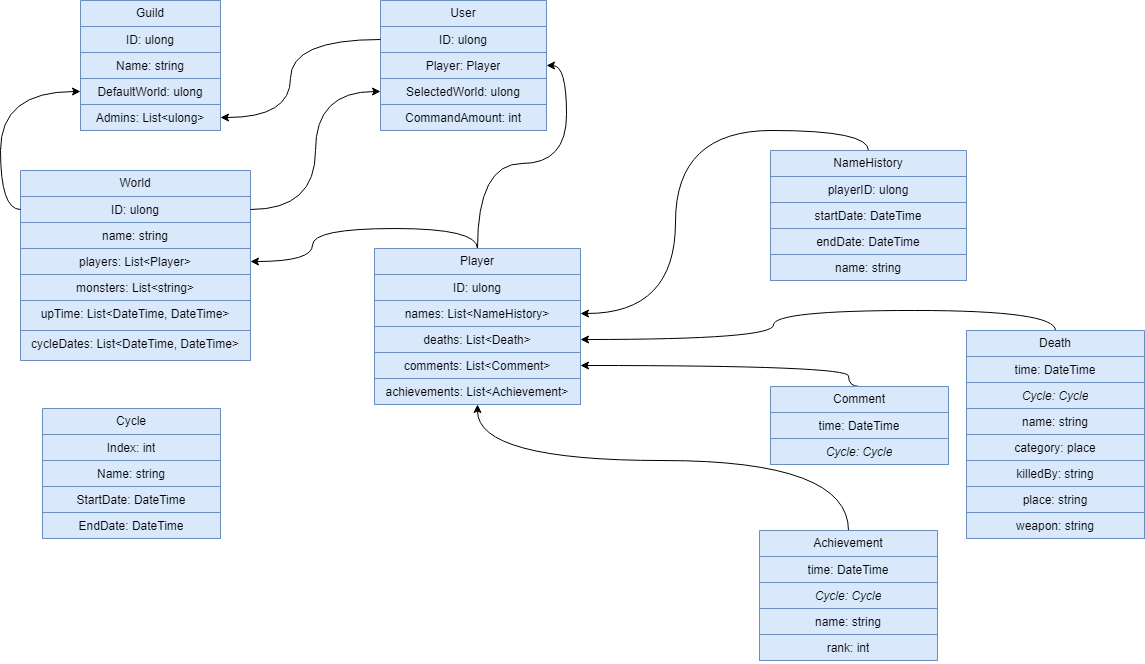
Earlier version of the draw.io export Stats Bot UML.drawio.png (Endferoma/Draw.IO). Source tidied: cells renumbered, new cells last; positions are measured from the earlier drawing's top-left corner, leaving out a move shared by most shapes.
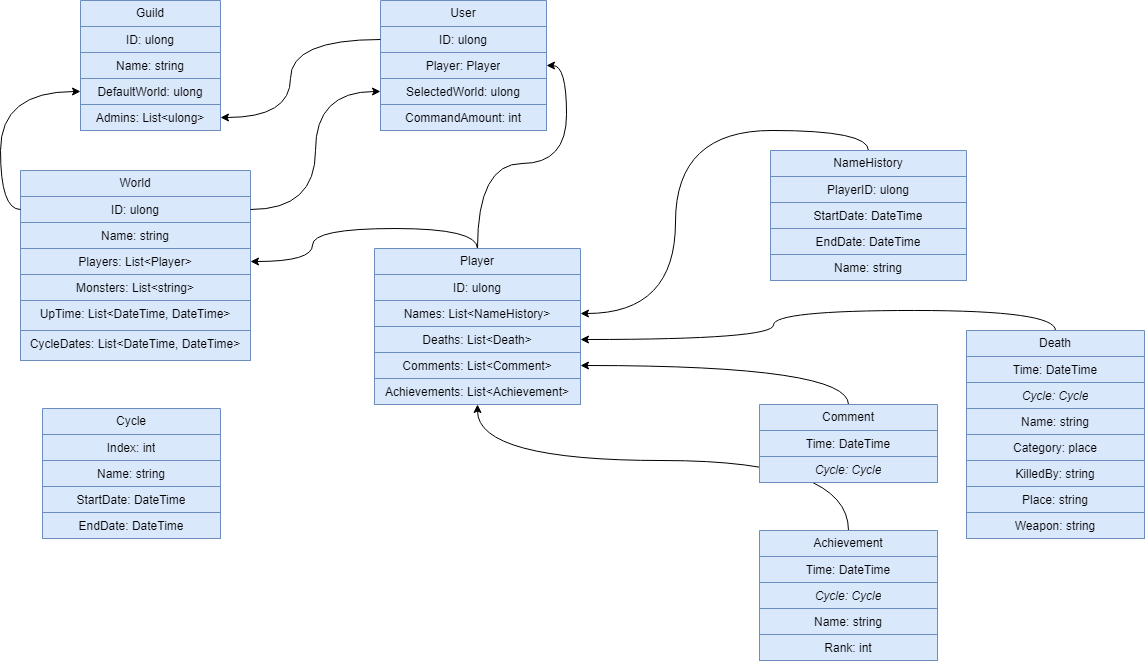
Above is the later version.

The edit, as a diff of the source:
```diff
@@ -38,16 +38,16 @@
     <mxCell id="13" value="NameHistory" style="swimlane;fontStyle=0;horizontal=1;startSize=26;fillColor=#dae8fc;whiteSpace=wrap;html=1;align=center;strokeColor=#6c8ebf;" parent="1" vertex="1">
       <mxGeometry x="750" y="150" width="196" height="130" as="geometry" />
     </mxCell>
-    <mxCell id="14" value="playerID: ulong" style="text;strokeColor=#6c8ebf;fillColor=#dae8fc;align=center;verticalAlign=top;spacingLeft=4;spacingRight=4;overflow=hidden;whiteSpace=wrap;html=1;" parent="13" vertex="1">
+    <mxCell id="14" value="PlayerID: ulong" style="text;strokeColor=#6c8ebf;fillColor=#dae8fc;align=center;verticalAlign=top;spacingLeft=4;spacingRight=4;overflow=hidden;whiteSpace=wrap;html=1;" parent="13" vertex="1">
       <mxGeometry y="26" width="196" height="26" as="geometry" />
     </mxCell>
-    <mxCell id="15" value="startDate: DateTime" style="text;strokeColor=#6c8ebf;fillColor=#dae8fc;align=center;verticalAlign=top;spacingLeft=4;spacingRight=4;overflow=hidden;whiteSpace=wrap;html=1;" parent="13" vertex="1">
+    <mxCell id="15" value="StartDate: DateTime" style="text;strokeColor=#6c8ebf;fillColor=#dae8fc;align=center;verticalAlign=top;spacingLeft=4;spacingRight=4;overflow=hidden;whiteSpace=wrap;html=1;" parent="13" vertex="1">
       <mxGeometry y="52" width="196" height="26" as="geometry" />
     </mxCell>
-    <mxCell id="16" value="endDate: DateTime" style="text;strokeColor=#6c8ebf;fillColor=#dae8fc;align=center;verticalAlign=top;spacingLeft=4;spacingRight=4;overflow=hidden;whiteSpace=wrap;html=1;" parent="13" vertex="1">
+    <mxCell id="16" value="EndDate: DateTime" style="text;strokeColor=#6c8ebf;fillColor=#dae8fc;align=center;verticalAlign=top;spacingLeft=4;spacingRight=4;overflow=hidden;whiteSpace=wrap;html=1;" parent="13" vertex="1">
       <mxGeometry y="78" width="196" height="26" as="geometry" />
     </mxCell>
-    <mxCell id="17" value="name: string" style="text;strokeColor=#6c8ebf;fillColor=#dae8fc;align=center;verticalAlign=top;spacingLeft=4;spacingRight=4;overflow=hidden;whiteSpace=wrap;html=1;" parent="13" vertex="1">
+    <mxCell id="17" value="Name: string" style="text;strokeColor=#6c8ebf;fillColor=#dae8fc;align=center;verticalAlign=top;spacingLeft=4;spacingRight=4;overflow=hidden;whiteSpace=wrap;html=1;" parent="13" vertex="1">
       <mxGeometry y="104" width="196" height="26" as="geometry" />
     </mxCell>
     <mxCell id="18" value="World" style="swimlane;fontStyle=0;horizontal=1;startSize=26;fillColor=#dae8fc;whiteSpace=wrap;html=1;align=center;strokeColor=#6c8ebf;" parent="1" vertex="1">
@@ -56,19 +56,19 @@
     <mxCell id="19" value="ID: ulong" style="text;strokeColor=#6c8ebf;fillColor=#dae8fc;align=center;verticalAlign=top;spacingLeft=4;spacingRight=4;overflow=hidden;points=[[0,0.5],[1,0.5]];portConstraint=eastwest;whiteSpace=wrap;html=1;" parent="18" vertex="1">
       <mxGeometry y="26" width="230" height="26" as="geometry" />
     </mxCell>
-    <mxCell id="20" value="name: string" style="text;strokeColor=#6c8ebf;fillColor=#dae8fc;align=center;verticalAlign=top;spacingLeft=4;spacingRight=4;overflow=hidden;whiteSpace=wrap;html=1;" parent="18" vertex="1">
+    <mxCell id="20" value="Name: string" style="text;strokeColor=#6c8ebf;fillColor=#dae8fc;align=center;verticalAlign=top;spacingLeft=4;spacingRight=4;overflow=hidden;whiteSpace=wrap;html=1;" parent="18" vertex="1">
       <mxGeometry y="52" width="230" height="26" as="geometry" />
     </mxCell>
-    <mxCell id="21" value="players: List&amp;lt;Player&amp;gt;" style="text;strokeColor=#6c8ebf;fillColor=#dae8fc;align=center;verticalAlign=top;spacingLeft=4;spacingRight=4;overflow=hidden;points=[[0,0.5],[1,0.5]];portConstraint=eastwest;whiteSpace=wrap;html=1;" parent="18" vertex="1">
+    <mxCell id="21" value="Players: List&amp;lt;Player&amp;gt;" style="text;strokeColor=#6c8ebf;fillColor=#dae8fc;align=center;verticalAlign=top;spacingLeft=4;spacingRight=4;overflow=hidden;points=[[0,0.5],[1,0.5]];portConstraint=eastwest;whiteSpace=wrap;html=1;" parent="18" vertex="1">
       <mxGeometry y="78" width="230" height="26" as="geometry" />
     </mxCell>
-    <mxCell id="22" value="monsters: List&amp;lt;string&amp;gt;" style="text;strokeColor=#6c8ebf;fillColor=#dae8fc;align=center;verticalAlign=top;spacingLeft=4;spacingRight=4;overflow=hidden;whiteSpace=wrap;html=1;" parent="18" vertex="1">
+    <mxCell id="22" value="Monsters: List&amp;lt;string&amp;gt;" style="text;strokeColor=#6c8ebf;fillColor=#dae8fc;align=center;verticalAlign=top;spacingLeft=4;spacingRight=4;overflow=hidden;whiteSpace=wrap;html=1;" parent="18" vertex="1">
       <mxGeometry y="104" width="230" height="26" as="geometry" />
     </mxCell>
-    <mxCell id="23" value="upTime: List&amp;lt;DateTime, DateTime&amp;gt;" style="text;strokeColor=#6c8ebf;fillColor=#dae8fc;align=center;verticalAlign=top;spacingLeft=4;spacingRight=4;overflow=hidden;whiteSpace=wrap;html=1;" parent="18" vertex="1">
+    <mxCell id="23" value="UpTime: List&amp;lt;DateTime, DateTime&amp;gt;" style="text;strokeColor=#6c8ebf;fillColor=#dae8fc;align=center;verticalAlign=top;spacingLeft=4;spacingRight=4;overflow=hidden;whiteSpace=wrap;html=1;" parent="18" vertex="1">
       <mxGeometry y="130" width="230" height="30" as="geometry" />
     </mxCell>
-    <mxCell id="24" value="cycleDates: List&amp;lt;DateTime, DateTime&amp;gt;" style="text;strokeColor=#6c8ebf;fillColor=#dae8fc;align=center;verticalAlign=top;spacingLeft=4;spacingRight=4;overflow=hidden;whiteSpace=wrap;html=1;" parent="18" vertex="1">
+    <mxCell id="24" value="CycleDates: List&amp;lt;DateTime, DateTime&amp;gt;" style="text;strokeColor=#6c8ebf;fillColor=#dae8fc;align=center;verticalAlign=top;spacingLeft=4;spacingRight=4;overflow=hidden;whiteSpace=wrap;html=1;" parent="18" vertex="1">
       <mxGeometry y="160" width="230" height="30" as="geometry" />
     </mxCell>
     <mxCell id="25" style="edgeStyle=orthogonalEdgeStyle;rounded=0;jettySize=auto;html=1;exitX=0.5;exitY=0;exitDx=0;exitDy=0;curved=1;" parent="1" edge="1" source="27" target="21">
@@ -83,16 +83,16 @@
     <mxCell id="28" value="ID: ulong" style="text;strokeColor=#6c8ebf;fillColor=#dae8fc;align=center;verticalAlign=top;spacingLeft=4;spacingRight=4;overflow=hidden;whiteSpace=wrap;html=1;" parent="27" vertex="1">
       <mxGeometry y="26" width="206" height="26" as="geometry" />
     </mxCell>
-    <mxCell id="29" value="names: List&amp;lt;NameHistory&amp;gt;" style="text;strokeColor=#6c8ebf;fillColor=#dae8fc;align=center;verticalAlign=top;spacingLeft=4;spacingRight=4;overflow=hidden;points=[[0,0.5],[1,0.5]];portConstraint=eastwest;whiteSpace=wrap;html=1;" parent="27" vertex="1">
+    <mxCell id="29" value="Names: List&amp;lt;NameHistory&amp;gt;" style="text;strokeColor=#6c8ebf;fillColor=#dae8fc;align=center;verticalAlign=top;spacingLeft=4;spacingRight=4;overflow=hidden;points=[[0,0.5],[1,0.5]];portConstraint=eastwest;whiteSpace=wrap;html=1;" parent="27" vertex="1">
       <mxGeometry y="52" width="206" height="26" as="geometry" />
     </mxCell>
-    <mxCell id="30" value="deaths: List&amp;lt;Death&amp;gt;" style="text;strokeColor=#6c8ebf;fillColor=#dae8fc;align=center;verticalAlign=top;spacingLeft=4;spacingRight=4;overflow=hidden;points=[[0,0.5],[1,0.5]];portConstraint=eastwest;whiteSpace=wrap;html=1;" parent="27" vertex="1">
+    <mxCell id="30" value="Deaths: List&amp;lt;Death&amp;gt;" style="text;strokeColor=#6c8ebf;fillColor=#dae8fc;align=center;verticalAlign=top;spacingLeft=4;spacingRight=4;overflow=hidden;points=[[0,0.5],[1,0.5]];portConstraint=eastwest;whiteSpace=wrap;html=1;" parent="27" vertex="1">
       <mxGeometry y="78" width="206" height="26" as="geometry" />
     </mxCell>
-    <mxCell id="31" value="comments: List&amp;lt;Comment&amp;gt;" style="text;strokeColor=#6c8ebf;fillColor=#dae8fc;align=center;verticalAlign=top;spacingLeft=4;spacingRight=4;overflow=hidden;points=[[0,0.5],[1,0.5]];portConstraint=eastwest;whiteSpace=wrap;html=1;" parent="27" vertex="1">
+    <mxCell id="31" value="Comments: List&amp;lt;Comment&amp;gt;" style="text;strokeColor=#6c8ebf;fillColor=#dae8fc;align=center;verticalAlign=top;spacingLeft=4;spacingRight=4;overflow=hidden;points=[[0,0.5],[1,0.5]];portConstraint=eastwest;whiteSpace=wrap;html=1;" parent="27" vertex="1">
       <mxGeometry y="104" width="206" height="26" as="geometry" />
     </mxCell>
-    <mxCell id="32" value="achievements: List&amp;lt;Achievement&amp;gt;" style="text;strokeColor=#6c8ebf;fillColor=#dae8fc;align=center;verticalAlign=top;spacingLeft=4;spacingRight=4;overflow=hidden;points=[[0,0.5],[1,0.5]];portConstraint=eastwest;whiteSpace=wrap;html=1;" parent="27" vertex="1">
+    <mxCell id="32" value="Achievements: List&amp;lt;Achievement&amp;gt;" style="text;strokeColor=#6c8ebf;fillColor=#dae8fc;align=center;verticalAlign=top;spacingLeft=4;spacingRight=4;overflow=hidden;points=[[0,0.5],[1,0.5]];portConstraint=eastwest;whiteSpace=wrap;html=1;" parent="27" vertex="1">
       <mxGeometry y="130" width="206" height="26" as="geometry" />
     </mxCell>
     <mxCell id="33" style="edgeStyle=orthogonalEdgeStyle;rounded=0;jettySize=auto;html=1;exitX=0;exitY=0.5;exitDx=0;exitDy=0;curved=1;" parent="1" edge="1" source="8" target="6">
@@ -135,16 +135,16 @@
     <mxCell id="42" value="Achievement" style="swimlane;fontStyle=0;horizontal=1;startSize=26;fillColor=#dae8fc;whiteSpace=wrap;html=1;align=center;strokeColor=#6c8ebf;" parent="1" vertex="1">
       <mxGeometry x="739" y="530" width="178" height="130" as="geometry" />
     </mxCell>
-    <mxCell id="43" value="time: DateTime" style="text;strokeColor=#6c8ebf;fillColor=#dae8fc;align=center;verticalAlign=top;spacingLeft=4;spacingRight=4;overflow=hidden;whiteSpace=wrap;html=1;" parent="42" vertex="1">
+    <mxCell id="43" value="Time: DateTime" style="text;strokeColor=#6c8ebf;fillColor=#dae8fc;align=center;verticalAlign=top;spacingLeft=4;spacingRight=4;overflow=hidden;whiteSpace=wrap;html=1;" parent="42" vertex="1">
       <mxGeometry y="26" width="178" height="26" as="geometry" />
     </mxCell>
     <mxCell id="44" value="Cycle: Cycle" style="text;strokeColor=#6c8ebf;fillColor=#dae8fc;align=center;verticalAlign=top;spacingLeft=4;spacingRight=4;overflow=hidden;whiteSpace=wrap;html=1;fontStyle=2;" parent="42" vertex="1">
       <mxGeometry y="52" width="178" height="26" as="geometry" />
     </mxCell>
-    <mxCell id="45" value="name: string" style="text;strokeColor=#6c8ebf;fillColor=#dae8fc;align=center;verticalAlign=top;spacingLeft=4;spacingRight=4;overflow=hidden;whiteSpace=wrap;html=1;" parent="42" vertex="1">
+    <mxCell id="45" value="Name: string" style="text;strokeColor=#6c8ebf;fillColor=#dae8fc;align=center;verticalAlign=top;spacingLeft=4;spacingRight=4;overflow=hidden;whiteSpace=wrap;html=1;" parent="42" vertex="1">
       <mxGeometry y="78" width="178" height="26" as="geometry" />
     </mxCell>
-    <mxCell id="46" value="rank: int" style="text;strokeColor=#6c8ebf;fillColor=#dae8fc;align=center;verticalAlign=top;spacingLeft=4;spacingRight=4;overflow=hidden;whiteSpace=wrap;html=1;" parent="42" vertex="1">
+    <mxCell id="46" value="Rank: int" style="text;strokeColor=#6c8ebf;fillColor=#dae8fc;align=center;verticalAlign=top;spacingLeft=4;spacingRight=4;overflow=hidden;whiteSpace=wrap;html=1;" parent="42" vertex="1">
       <mxGeometry y="104" width="178" height="26" as="geometry" />
     </mxCell>
     <mxCell id="47" style="edgeStyle=orthogonalEdgeStyle;rounded=0;jettySize=auto;html=1;exitX=0.5;exitY=0;exitDx=0;exitDy=0;curved=1;" parent="1" edge="1" source="48" target="31">
@@ -155,9 +155,9 @@
       </mxGeometry>
     </mxCell>
     <mxCell id="48" value="Comment" style="swimlane;fontStyle=0;horizontal=1;startSize=26;fillColor=#dae8fc;whiteSpace=wrap;html=1;align=center;strokeColor=#6c8ebf;" parent="1" vertex="1">
-      <mxGeometry x="750" y="386" width="178" height="78" as="geometry" />
+      <mxGeometry x="739" y="404" width="178" height="78" as="geometry" />
     </mxCell>
-    <mxCell id="49" value="time: DateTime" style="text;strokeColor=#6c8ebf;fillColor=#dae8fc;align=center;verticalAlign=top;spacingLeft=4;spacingRight=4;overflow=hidden;whiteSpace=wrap;html=1;" parent="48" vertex="1">
+    <mxCell id="49" value="Time: DateTime" style="text;strokeColor=#6c8ebf;fillColor=#dae8fc;align=center;verticalAlign=top;spacingLeft=4;spacingRight=4;overflow=hidden;whiteSpace=wrap;html=1;" parent="48" vertex="1">
       <mxGeometry y="26" width="178" height="26" as="geometry" />
     </mxCell>
     <mxCell id="50" value="Cycle: Cycle" style="text;strokeColor=#6c8ebf;fillColor=#dae8fc;align=center;verticalAlign=top;spacingLeft=4;spacingRight=4;overflow=hidden;whiteSpace=wrap;html=1;fontStyle=2;" parent="48" vertex="1">
@@ -169,25 +169,25 @@
     <mxCell id="52" value="Death" style="swimlane;fontStyle=0;horizontal=1;startSize=26;whiteSpace=wrap;html=1;align=center;fillColor=#dae8fc;strokeColor=#6c8ebf;" parent="1" vertex="1">
       <mxGeometry x="946" y="330" width="178" height="208" as="geometry" />
     </mxCell>
-    <mxCell id="53" value="time: DateTime" style="text;strokeColor=#6c8ebf;fillColor=#dae8fc;align=center;verticalAlign=top;spacingLeft=4;spacingRight=4;overflow=hidden;whiteSpace=wrap;html=1;" parent="52" vertex="1">
+    <mxCell id="53" value="Time: DateTime" style="text;strokeColor=#6c8ebf;fillColor=#dae8fc;align=center;verticalAlign=top;spacingLeft=4;spacingRight=4;overflow=hidden;whiteSpace=wrap;html=1;" parent="52" vertex="1">
       <mxGeometry y="26" width="178" height="26" as="geometry" />
     </mxCell>
     <mxCell id="54" value="Cycle: Cycle" style="text;strokeColor=#6c8ebf;fillColor=#dae8fc;align=center;verticalAlign=top;spacingLeft=4;spacingRight=4;overflow=hidden;whiteSpace=wrap;html=1;fontStyle=2;rounded=0;" parent="52" vertex="1">
       <mxGeometry y="52" width="178" height="26" as="geometry" />
     </mxCell>
-    <mxCell id="55" value="name: string" style="text;strokeColor=#6c8ebf;fillColor=#dae8fc;align=center;verticalAlign=top;spacingLeft=4;spacingRight=4;overflow=hidden;whiteSpace=wrap;html=1;fontStyle=0;" parent="52" vertex="1">
+    <mxCell id="55" value="Name: string" style="text;strokeColor=#6c8ebf;fillColor=#dae8fc;align=center;verticalAlign=top;spacingLeft=4;spacingRight=4;overflow=hidden;whiteSpace=wrap;html=1;fontStyle=0;" parent="52" vertex="1">
       <mxGeometry y="78" width="178" height="26" as="geometry" />
     </mxCell>
-    <mxCell id="56" value="category: place" style="text;strokeColor=#6c8ebf;fillColor=#dae8fc;align=center;verticalAlign=top;spacingLeft=4;spacingRight=4;overflow=hidden;whiteSpace=wrap;html=1;fontStyle=0;" parent="52" vertex="1">
+    <mxCell id="56" value="Category: place" style="text;strokeColor=#6c8ebf;fillColor=#dae8fc;align=center;verticalAlign=top;spacingLeft=4;spacingRight=4;overflow=hidden;whiteSpace=wrap;html=1;fontStyle=0;" parent="52" vertex="1">
       <mxGeometry y="104" width="178" height="26" as="geometry" />
     </mxCell>
-    <mxCell id="57" value="killedBy: string" style="text;strokeColor=#6c8ebf;fillColor=#dae8fc;align=center;verticalAlign=top;spacingLeft=4;spacingRight=4;overflow=hidden;whiteSpace=wrap;html=1;fontStyle=0;" parent="52" vertex="1">
+    <mxCell id="57" value="KilledBy: string" style="text;strokeColor=#6c8ebf;fillColor=#dae8fc;align=center;verticalAlign=top;spacingLeft=4;spacingRight=4;overflow=hidden;whiteSpace=wrap;html=1;fontStyle=0;" parent="52" vertex="1">
       <mxGeometry y="130" width="178" height="26" as="geometry" />
     </mxCell>
-    <mxCell id="58" value="place: string" style="text;strokeColor=#6c8ebf;fillColor=#dae8fc;align=center;verticalAlign=top;spacingLeft=4;spacingRight=4;overflow=hidden;whiteSpace=wrap;html=1;fontStyle=0;" parent="52" vertex="1">
+    <mxCell id="58" value="Place: string" style="text;strokeColor=#6c8ebf;fillColor=#dae8fc;align=center;verticalAlign=top;spacingLeft=4;spacingRight=4;overflow=hidden;whiteSpace=wrap;html=1;fontStyle=0;" parent="52" vertex="1">
       <mxGeometry y="156" width="178" height="26" as="geometry" />
     </mxCell>
-    <mxCell id="59" value="weapon: string" style="text;strokeColor=#6c8ebf;fillColor=#dae8fc;align=center;verticalAlign=top;spacingLeft=4;spacingRight=4;overflow=hidden;whiteSpace=wrap;html=1;fontStyle=0;" parent="52" vertex="1">
+    <mxCell id="59" value="Weapon: string" style="text;strokeColor=#6c8ebf;fillColor=#dae8fc;align=center;verticalAlign=top;spacingLeft=4;spacingRight=4;overflow=hidden;whiteSpace=wrap;html=1;fontStyle=0;" parent="52" vertex="1">
       <mxGeometry y="182" width="178" height="26" as="geometry" />
     </mxCell>
   </root>
```
